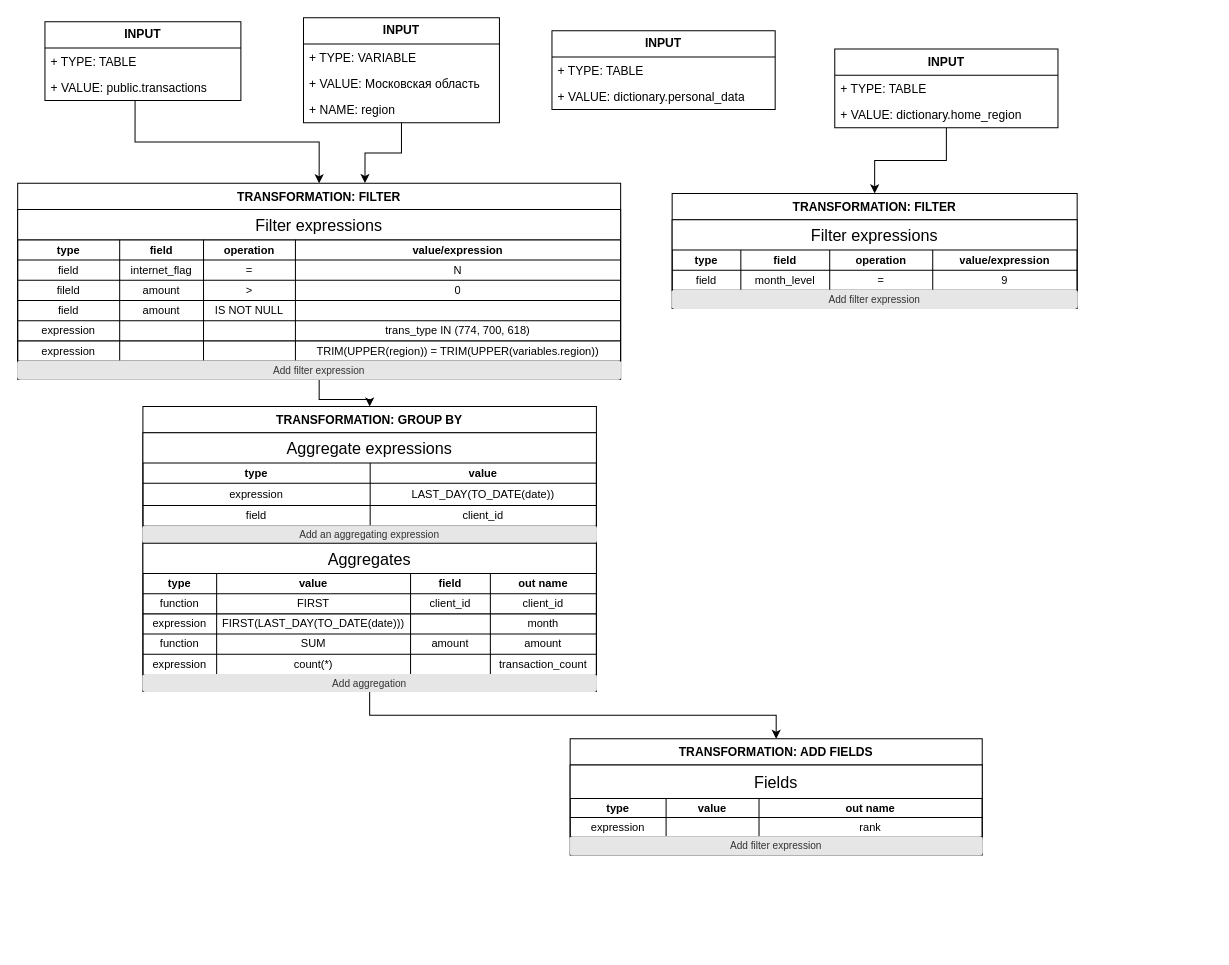
GreWolf/drawio keeps this draw.io diagram as Диаграмма без названия.drawio. Above is the earlier version. Source tidied: cells renumbered, new cells numbered last; positions are measured from the earlier drawing's top-left corner, leaving out a move shared by most shapes. Both pictures are drawn from the tidied source at 101%, with x=0, y=0 at pixel (17, 17).
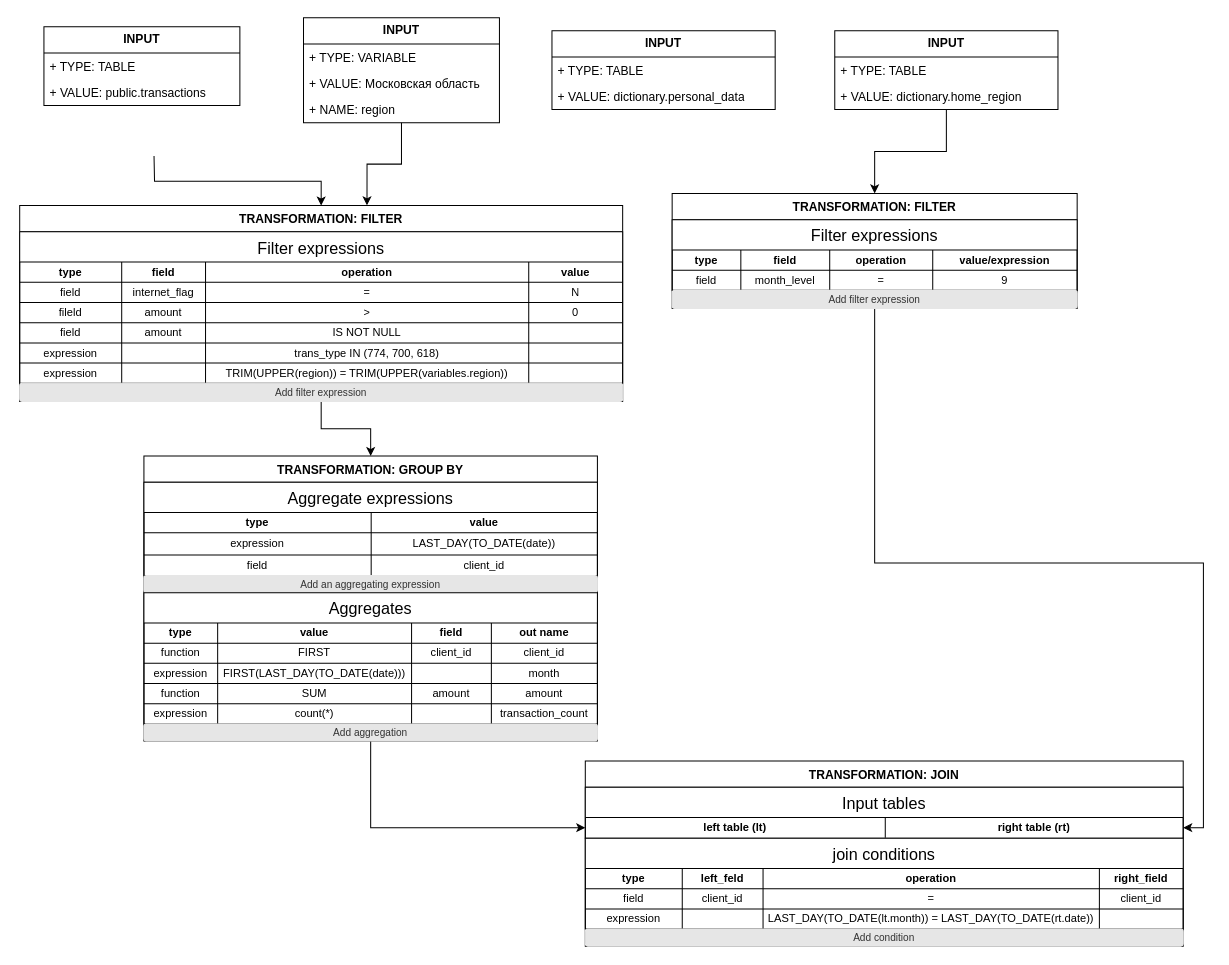
The same diagram, later.

The change refers to these unchanged cells:
```xml
<mxCell id="45" value="+ VALUE: public.transactions" style="text;strokeColor=none;fillColor=none;align=left;verticalAlign=top;spacingLeft=4;spacingRight=4;overflow=hidden;points=[[0,0.5],[1,0.5]];portConstraint=eastwest;whiteSpace=wrap;html=1;" parent="43" vertex="1">
  <mxGeometry y="52" width="194" height="26" as="geometry" />
</mxCell>
<mxCell id="49" style="shape=tableRow;horizontal=0;startSize=0;swimlaneHead=0;swimlaneBody=0;strokeColor=inherit;top=0;left=0;bottom=0;right=0;fillColor=none;fontSize=16;enumerate=0;comic=0;swimlaneFillColor=none;" parent="48" vertex="1">
  <mxGeometry y="30" width="597" height="20" as="geometry" />
</mxCell>
<mxCell id="54" style="shape=tableRow;horizontal=0;startSize=0;swimlaneHead=0;swimlaneBody=0;strokeColor=inherit;top=0;left=0;bottom=0;right=0;fillColor=none;fontSize=16;enumerate=0;comic=0;swimlaneFillColor=none;" parent="48" vertex="1">
  <mxGeometry y="50" width="597" height="20" as="geometry" />
</mxCell>
<mxCell id="59" style="shape=tableRow;horizontal=0;startSize=0;swimlaneHead=0;swimlaneBody=0;strokeColor=inherit;top=0;left=0;bottom=0;right=0;fillColor=none;fontSize=16;enumerate=0;comic=0;swimlaneFillColor=none;" parent="48" vertex="1">
  <mxGeometry y="70" width="597" height="20" as="geometry" />
</mxCell>
<mxCell id="64" style="shape=tableRow;horizontal=0;startSize=0;swimlaneHead=0;swimlaneBody=0;strokeColor=inherit;top=0;left=0;bottom=0;right=0;fillColor=none;fontSize=16;enumerate=0;comic=0;swimlaneFillColor=none;" parent="48" vertex="1">
  <mxGeometry y="90" width="597" height="20" as="geometry" />
</mxCell>
<mxCell id="69" style="shape=tableRow;horizontal=0;startSize=0;swimlaneHead=0;swimlaneBody=0;strokeColor=inherit;top=0;left=0;bottom=0;right=0;fillColor=none;fontSize=16;enumerate=0;comic=0;swimlaneFillColor=none;" parent="48" vertex="1">
  <mxGeometry y="110" width="597" height="20" as="geometry" />
</mxCell>
<mxCell id="74" style="shape=tableRow;horizontal=0;startSize=0;swimlaneHead=0;swimlaneBody=0;strokeColor=inherit;top=0;left=0;bottom=0;right=0;fillColor=none;fontSize=16;enumerate=0;comic=0;swimlaneFillColor=none;" parent="48" vertex="1">
  <mxGeometry y="130" width="597" height="20" as="geometry" />
</mxCell>
<mxCell id="103" value="&lt;div style=&quot;text-align: left;&quot;&gt;&lt;span style=&quot;background-color: initial;&quot;&gt;TRANSFORMATION: FILTER&lt;/span&gt;&lt;/div&gt;" style="swimlane;fontStyle=1;align=center;verticalAlign=top;horizontal=1;startSize=26;whiteSpace=wrap;html=1;flipV=0;flipH=1;" parent="1" vertex="1">
  <mxGeometry x="648" y="174" width="401" height="114" as="geometry" />
</mxCell>
```

What changed in the source:
```diff
@@
-    <mxCell id="2" style="edgeStyle=orthogonalEdgeStyle;rounded=0;jettySize=auto;html=1;exitX=0.46;exitY=1.022;exitDx=0;exitDy=0;entryX=0.5;entryY=0;entryDx=0;entryDy=0;exitPerimeter=0;" parent="1" edge="1" source="45" target="47">
-      <mxGeometry relative="1" as="geometry" />
+    <mxCell id="2" style="edgeStyle=orthogonalEdgeStyle;rounded=0;jettySize=auto;html=1;entryX=0.5;entryY=0;entryDx=0;entryDy=0;exitX=0.443;exitY=0.993;exitDx=0;exitDy=0;exitPerimeter=0;" parent="1" edge="1" target="47">
+      <mxGeometry relative="1" as="geometry">
+        <mxPoint x="135" y="137" as="sourcePoint" />
+      </mxGeometry>
     </mxCell>
-    <mxCell id="3" style="edgeStyle=orthogonalEdgeStyle;rounded=0;jettySize=auto;html=1;exitX=0.5;exitY=1;exitDx=0;exitDy=0;entryX=0.5;entryY=0;entryDx=0;entryDy=0;" parent="1" edge="1" source="4" target="80">
-      <mxGeometry relative="1" as="geometry" />
-    </mxCell>
+    <mxCell id="116" style="edgeStyle=orthogonalEdgeStyle;rounded=0;jettySize=auto;html=1;entryX=0;entryY=0.5;entryDx=0;entryDy=0;" parent="1" edge="1" source="4" target="120">
+      <mxGeometry relative="1" as="geometry" />
+    </mxCell>
     <mxCell id="4" value="TRANSFORMATION:&amp;nbsp;&lt;span style=&quot;text-align: left;&quot;&gt;GROUP BY&lt;/span&gt;" style="swimlane;fontStyle=1;align=center;verticalAlign=top;horizontal=1;startSize=26;whiteSpace=wrap;html=1;flipV=0;flipH=1;" parent="1" vertex="1">
-      <mxGeometry x="124" y="385" width="449" height="282.2" as="geometry" />
+      <mxGeometry x="125" y="434" width="449" height="282.2" as="geometry" />
     </mxCell>
@@
     <mxCell id="43" value="&lt;span style=&quot;font-weight: 700;&quot;&gt;INPUT&lt;/span&gt;" style="swimlane;fontStyle=0;horizontal=1;startSize=26;fillColor=none;whiteSpace=wrap;html=1;" parent="1" vertex="1">
-      <mxGeometry x="27" y="4" width="194" height="78" as="geometry" />
+      <mxGeometry x="26" y="9" width="194" height="78" as="geometry" />
     </mxCell>
@@
     <mxCell id="47" value="&lt;div style=&quot;text-align: left;&quot;&gt;&lt;span style=&quot;background-color: initial;&quot;&gt;TRANSFORMATION: FILTER&lt;/span&gt;&lt;/div&gt;" style="swimlane;fontStyle=1;align=center;verticalAlign=top;horizontal=1;startSize=26;whiteSpace=wrap;html=1;flipV=0;flipH=1;" parent="1" vertex="1">
-      <mxGeometry y="164" width="597" height="194" as="geometry" />
+      <mxGeometry x="2" y="186" width="597" height="194" as="geometry" />
     </mxCell>
@@
     <mxCell id="52" value="&lt;b&gt;operation&lt;/b&gt;" style="shape=partialRectangle;html=1;whiteSpace=wrap;strokeColor=inherit;overflow=hidden;fillColor=none;top=0;left=0;bottom=0;right=0;fontSize=11;enumerate=0;comic=0;swimlaneFillColor=none;" parent="49" vertex="1">
-      <mxGeometry x="184" width="91" height="20" as="geometry" />
+      <mxGeometry x="184" width="320" height="20" as="geometry" />
     </mxCell>
-    <mxCell id="53" value="&lt;span style=&quot;font-size: 11px;&quot;&gt;&lt;b&gt;value/expression&lt;/b&gt;&lt;/span&gt;" style="shape=partialRectangle;html=1;whiteSpace=wrap;strokeColor=inherit;overflow=hidden;fillColor=none;top=0;left=0;bottom=0;right=0;fontSize=11;enumerate=0;comic=0;swimlaneFillColor=none;" parent="49" vertex="1">
-      <mxGeometry x="275" width="322" height="20" as="geometry" />
+    <mxCell id="53" value="&lt;span style=&quot;font-size: 11px;&quot;&gt;&lt;b&gt;value&lt;/b&gt;&lt;/span&gt;" style="shape=partialRectangle;html=1;whiteSpace=wrap;strokeColor=inherit;overflow=hidden;fillColor=none;top=0;left=0;bottom=0;right=0;fontSize=11;enumerate=0;comic=0;swimlaneFillColor=none;" parent="49" vertex="1">
+      <mxGeometry x="504" width="93" height="20" as="geometry" />
     </mxCell>
@@
     <mxCell id="57" value="=" style="shape=partialRectangle;html=1;whiteSpace=wrap;strokeColor=inherit;overflow=hidden;fillColor=none;top=0;left=0;bottom=0;right=0;fontSize=11;enumerate=0;comic=0;swimlaneFillColor=none;" parent="54" vertex="1">
-      <mxGeometry x="184" width="91" height="20" as="geometry" />
+      <mxGeometry x="184" width="320" height="20" as="geometry" />
     </mxCell>
     <mxCell id="58" value="&lt;span style=&quot;font-size: 11px;&quot;&gt;N&lt;/span&gt;" style="shape=partialRectangle;html=1;whiteSpace=wrap;strokeColor=inherit;overflow=hidden;fillColor=none;top=0;left=0;bottom=0;right=0;fontSize=11;enumerate=0;comic=0;swimlaneFillColor=none;" parent="54" vertex="1">
-      <mxGeometry x="275" width="322" height="20" as="geometry" />
+      <mxGeometry x="504" width="93" height="20" as="geometry" />
     </mxCell>
@@
     <mxCell id="62" value="&amp;gt;" style="shape=partialRectangle;html=1;whiteSpace=wrap;strokeColor=inherit;overflow=hidden;fillColor=none;top=0;left=0;bottom=0;right=0;fontSize=11;enumerate=0;comic=0;swimlaneFillColor=none;" parent="59" vertex="1">
-      <mxGeometry x="184" width="91" height="20" as="geometry" />
+      <mxGeometry x="184" width="320" height="20" as="geometry" />
     </mxCell>
     <mxCell id="63" value="0" style="shape=partialRectangle;html=1;whiteSpace=wrap;strokeColor=inherit;overflow=hidden;fillColor=none;top=0;left=0;bottom=0;right=0;fontSize=11;enumerate=0;comic=0;swimlaneFillColor=none;" parent="59" vertex="1">
-      <mxGeometry x="275" width="322" height="20" as="geometry" />
+      <mxGeometry x="504" width="93" height="20" as="geometry" />
     </mxCell>
@@
     <mxCell id="67" value="IS NOT NULL" style="shape=partialRectangle;html=1;whiteSpace=wrap;strokeColor=inherit;overflow=hidden;fillColor=none;top=0;left=0;bottom=0;right=0;fontSize=11;enumerate=0;comic=0;swimlaneFillColor=none;" parent="64" vertex="1">
-      <mxGeometry x="184" width="91" height="20" as="geometry" />
+      <mxGeometry x="184" width="320" height="20" as="geometry" />
     </mxCell>
     <mxCell id="68" style="shape=partialRectangle;html=1;whiteSpace=wrap;strokeColor=inherit;overflow=hidden;fillColor=none;top=0;left=0;bottom=0;right=0;fontSize=11;enumerate=0;comic=0;swimlaneFillColor=none;" parent="64" vertex="1">
-      <mxGeometry x="275" width="322" height="20" as="geometry" />
+      <mxGeometry x="504" width="93" height="20" as="geometry" />
     </mxCell>
@@
-    <mxCell id="72" style="shape=partialRectangle;html=1;whiteSpace=wrap;strokeColor=inherit;overflow=hidden;fillColor=none;top=0;left=0;bottom=0;right=0;fontSize=11;enumerate=0;comic=0;swimlaneFillColor=none;" parent="69" vertex="1">
-      <mxGeometry x="184" width="91" height="20" as="geometry" />
+    <mxCell id="72" value="trans_type IN (774, 700, 618)" style="shape=partialRectangle;html=1;whiteSpace=wrap;strokeColor=inherit;overflow=hidden;fillColor=none;top=0;left=0;bottom=0;right=0;fontSize=11;enumerate=0;comic=0;swimlaneFillColor=none;" parent="69" vertex="1">
+      <mxGeometry x="184" width="320" height="20" as="geometry" />
     </mxCell>
-    <mxCell id="73" value="trans_type IN (774, 700, 618)" style="shape=partialRectangle;html=1;whiteSpace=wrap;strokeColor=inherit;overflow=hidden;fillColor=none;top=0;left=0;bottom=0;right=0;fontSize=11;enumerate=0;comic=0;swimlaneFillColor=none;" parent="69" vertex="1">
-      <mxGeometry x="275" width="322" height="20" as="geometry" />
+    <mxCell id="73" style="shape=partialRectangle;html=1;whiteSpace=wrap;strokeColor=inherit;overflow=hidden;fillColor=none;top=0;left=0;bottom=0;right=0;fontSize=11;enumerate=0;comic=0;swimlaneFillColor=none;" parent="69" vertex="1">
+      <mxGeometry x="504" width="93" height="20" as="geometry" />
     </mxCell>
@@
-    <mxCell id="77" style="shape=partialRectangle;html=1;whiteSpace=wrap;strokeColor=inherit;overflow=hidden;fillColor=none;top=0;left=0;bottom=0;right=0;fontSize=11;enumerate=0;comic=0;swimlaneFillColor=none;" parent="74" vertex="1">
-      <mxGeometry x="184" width="91" height="20" as="geometry" />
+    <mxCell id="77" value="TRIM(UPPER(region)) = TRIM(UPPER(variables.region))" style="shape=partialRectangle;html=1;whiteSpace=wrap;strokeColor=inherit;overflow=hidden;fillColor=none;top=0;left=0;bottom=0;right=0;fontSize=11;enumerate=0;comic=0;swimlaneFillColor=none;" parent="74" vertex="1">
+      <mxGeometry x="184" width="320" height="20" as="geometry" />
     </mxCell>
-    <mxCell id="78" value="TRIM(UPPER(region)) = TRIM(UPPER(variables.region))" style="shape=partialRectangle;html=1;whiteSpace=wrap;strokeColor=inherit;overflow=hidden;fillColor=none;top=0;left=0;bottom=0;right=0;fontSize=11;enumerate=0;comic=0;swimlaneFillColor=none;" parent="74" vertex="1">
-      <mxGeometry x="275" width="322" height="20" as="geometry" />
+    <mxCell id="78" style="shape=partialRectangle;html=1;whiteSpace=wrap;strokeColor=inherit;overflow=hidden;fillColor=none;top=0;left=0;bottom=0;right=0;fontSize=11;enumerate=0;comic=0;swimlaneFillColor=none;" parent="74" vertex="1">
+      <mxGeometry x="504" width="93" height="20" as="geometry" />
     </mxCell>
@@
-    <mxCell id="80" value="&lt;div style=&quot;text-align: left;&quot;&gt;&lt;span style=&quot;background-color: initial;&quot;&gt;TRANSFORMATION: ADD FIELDS&lt;/span&gt;&lt;/div&gt;" style="swimlane;fontStyle=1;align=center;verticalAlign=top;horizontal=1;startSize=26;whiteSpace=wrap;html=1;flipV=0;flipH=1;" parent="1" vertex="1">
-      <mxGeometry x="547" y="714" width="408" height="115" as="geometry" />
-    </mxCell>
-    <mxCell id="81" value="Fields" style="shape=table;startSize=33;childLayout=tableLayout;strokeColor=default;fontSize=16;enumerate=0;comic=0;swimlaneFillColor=none;" parent="80" vertex="1">
-      <mxGeometry y="26" width="408" height="71" as="geometry" />
-    </mxCell>
-    <mxCell id="82" style="shape=tableRow;horizontal=0;startSize=0;swimlaneHead=0;swimlaneBody=0;strokeColor=inherit;top=0;left=0;bottom=0;right=0;fillColor=none;fontSize=16;enumerate=0;comic=0;swimlaneFillColor=none;" parent="81" vertex="1">
-      <mxGeometry y="33" width="408" height="19" as="geometry" />
-    </mxCell>
-    <mxCell id="83" value="&lt;span style=&quot;font-weight: 700; font-size: 11px;&quot;&gt;type&lt;/span&gt;" style="shape=partialRectangle;html=1;whiteSpace=wrap;strokeColor=inherit;overflow=hidden;fillColor=none;top=0;left=0;bottom=0;right=0;fontSize=11;enumerate=0;comic=0;swimlaneFillColor=none;" parent="82" vertex="1">
-      <mxGeometry width="95" height="19" as="geometry" />
-    </mxCell>
-    <mxCell id="84" value="&lt;b&gt;value&lt;/b&gt;" style="shape=partialRectangle;html=1;whiteSpace=wrap;strokeColor=inherit;overflow=hidden;fillColor=none;top=0;left=0;bottom=0;right=0;fontSize=11;enumerate=0;comic=0;swimlaneFillColor=none;" parent="82" vertex="1">
-      <mxGeometry x="95" width="92" height="19" as="geometry" />
-    </mxCell>
-    <mxCell id="85" value="&lt;span style=&quot;font-size: 11px;&quot;&gt;&lt;b&gt;out name&lt;/b&gt;&lt;/span&gt;" style="shape=partialRectangle;html=1;whiteSpace=wrap;strokeColor=inherit;overflow=hidden;fillColor=none;top=0;left=0;bottom=0;right=0;fontSize=11;enumerate=0;comic=0;swimlaneFillColor=none;" parent="82" vertex="1">
-      <mxGeometry x="187" width="221" height="19" as="geometry" />
-    </mxCell>
-    <mxCell id="86" style="shape=tableRow;horizontal=0;startSize=0;swimlaneHead=0;swimlaneBody=0;strokeColor=inherit;top=0;left=0;bottom=0;right=0;fillColor=none;fontSize=16;enumerate=0;comic=0;swimlaneFillColor=none;" parent="81" vertex="1">
-      <mxGeometry y="52" width="408" height="19" as="geometry" />
-    </mxCell>
-    <mxCell id="87" value="&lt;span style=&quot;font-size: 11px;&quot;&gt;expression&lt;/span&gt;" style="shape=partialRectangle;html=1;whiteSpace=wrap;strokeColor=inherit;overflow=hidden;fillColor=none;top=0;left=0;bottom=0;right=0;fontSize=11;enumerate=0;comic=0;swimlaneFillColor=none;" parent="86" vertex="1">
-      <mxGeometry width="95" height="19" as="geometry" />
-    </mxCell>
-    <mxCell id="88" style="shape=partialRectangle;html=1;whiteSpace=wrap;strokeColor=inherit;overflow=hidden;fillColor=none;top=0;left=0;bottom=0;right=0;fontSize=11;enumerate=0;comic=0;swimlaneFillColor=none;" parent="86" vertex="1">
-      <mxGeometry x="95" width="92" height="19" as="geometry" />
-    </mxCell>
-    <mxCell id="89" value="rank" style="shape=partialRectangle;html=1;whiteSpace=wrap;strokeColor=inherit;overflow=hidden;fillColor=none;top=0;left=0;bottom=0;right=0;fontSize=11;enumerate=0;comic=0;swimlaneFillColor=none;" parent="86" vertex="1">
-      <mxGeometry x="187" width="221" height="19" as="geometry" />
-    </mxCell>
-    <mxCell id="90" value="&lt;span style=&quot;white-space-collapse: preserve;&quot; class=&quot;EzKURWReUAB5oZgtQNkl&quot;&gt;Add&lt;/span&gt;&lt;span style=&quot;white-space-collapse: preserve;&quot;&gt; filter expression&lt;/span&gt;" style="rounded=1;html=1;shadow=0;dashed=0;whiteSpace=wrap;fontSize=10;fillColor=#E6E6E6;align=center;strokeColor=#E6E6E6;fontColor=#333333;flipH=0;flipV=0;" parent="80" vertex="1">
-      <mxGeometry y="97" width="408" height="18" as="geometry" />
-    </mxCell>
@@
     <mxCell id="100" value="&lt;span style=&quot;font-weight: 700;&quot;&gt;INPUT&lt;/span&gt;" style="swimlane;fontStyle=0;horizontal=1;startSize=26;fillColor=none;whiteSpace=wrap;html=1;" parent="1" vertex="1">
-      <mxGeometry x="809" y="31" width="221" height="78" as="geometry" />
+      <mxGeometry x="809" y="13" width="221" height="78" as="geometry" />
     </mxCell>
@@
+    <mxCell id="117" style="edgeStyle=orthogonalEdgeStyle;rounded=0;jettySize=auto;html=1;exitX=0.5;exitY=1;exitDx=0;exitDy=0;entryX=1;entryY=0.5;entryDx=0;entryDy=0;" parent="1" edge="1" source="103" target="120">
+      <mxGeometry relative="1" as="geometry" />
+    </mxCell>
@@
+    <mxCell id="118" value="&lt;div style=&quot;text-align: left;&quot;&gt;&lt;span style=&quot;background-color: initial;&quot;&gt;TRANSFORMATION: JOIN&lt;/span&gt;&lt;/div&gt;" style="swimlane;fontStyle=1;align=center;verticalAlign=top;horizontal=1;startSize=26;whiteSpace=wrap;html=1;flipV=0;flipH=1;" parent="1" vertex="1">
+      <mxGeometry x="562" y="736" width="592" height="183.3" as="geometry" />
+    </mxCell>
+    <mxCell id="119" value="Input tables" style="shape=table;startSize=30;childLayout=tableLayout;strokeColor=default;fontSize=16;" parent="118" vertex="1">
+      <mxGeometry y="26" width="592" height="50.4" as="geometry" />
+    </mxCell>
+    <mxCell id="120" style="shape=tableRow;horizontal=0;startSize=0;swimlaneHead=0;swimlaneBody=0;strokeColor=inherit;top=0;left=0;bottom=0;right=0;fillColor=none;points=[[0,0.5],[1,0.5]];portConstraint=eastwest;fontSize=16;" parent="119" vertex="1">
+      <mxGeometry y="30" width="592" height="20" as="geometry" />
+    </mxCell>
+    <mxCell id="121" value="&lt;span style=&quot;font-weight: 700; font-size: 11px;&quot;&gt;left table (lt)&lt;/span&gt;" style="shape=partialRectangle;html=1;whiteSpace=wrap;strokeColor=inherit;overflow=hidden;fillColor=none;top=0;left=0;bottom=0;right=0;fontSize=11;" parent="120" vertex="1">
+      <mxGeometry width="297" height="20" as="geometry" />
+    </mxCell>
+    <mxCell id="122" value="&lt;span style=&quot;font-weight: 700; font-size: 11px;&quot;&gt;right table (rt)&lt;/span&gt;" style="shape=partialRectangle;html=1;whiteSpace=wrap;strokeColor=inherit;overflow=hidden;fillColor=none;top=0;left=0;bottom=0;right=0;fontSize=11;" parent="120" vertex="1">
+      <mxGeometry x="297" width="295" height="20" as="geometry" />
+    </mxCell>
+    <mxCell id="123" value="join conditions" style="shape=table;startSize=30;childLayout=tableLayout;strokeColor=default;fontSize=16;" parent="118" vertex="1">
+      <mxGeometry y="76.4" width="592" height="90" as="geometry" />
+    </mxCell>
+    <mxCell id="124" style="shape=tableRow;horizontal=0;startSize=0;swimlaneHead=0;swimlaneBody=0;strokeColor=inherit;top=0;left=0;bottom=0;right=0;fillColor=none;fontSize=16;" parent="123" vertex="1">
+      <mxGeometry y="30" width="592" height="20" as="geometry" />
+    </mxCell>
+    <mxCell id="83" value="&lt;span style=&quot;font-weight: 700; font-size: 11px;&quot;&gt;type&lt;/span&gt;" style="shape=partialRectangle;html=1;whiteSpace=wrap;strokeColor=inherit;overflow=hidden;fillColor=none;top=0;left=0;bottom=0;right=0;fontSize=11;" parent="124" vertex="1">
+      <mxGeometry width="96" height="20" as="geometry" />
+    </mxCell>
+    <mxCell id="125" value="&lt;b&gt;left_feld&lt;/b&gt;" style="shape=partialRectangle;html=1;whiteSpace=wrap;strokeColor=inherit;overflow=hidden;fillColor=none;top=0;left=0;bottom=0;right=0;fontSize=11;fontStyle=1;" parent="124" vertex="1">
+      <mxGeometry x="96" width="80" height="20" as="geometry" />
+    </mxCell>
+    <mxCell id="126" value="&lt;b&gt;operation&lt;/b&gt;" style="shape=partialRectangle;html=1;whiteSpace=wrap;strokeColor=inherit;overflow=hidden;fillColor=none;top=0;left=0;bottom=0;right=0;fontSize=11;fontStyle=1;" parent="124" vertex="1">
+      <mxGeometry x="176" width="333" height="20" as="geometry" />
+    </mxCell>
+    <mxCell id="127" value="right_field" style="shape=partialRectangle;html=1;whiteSpace=wrap;strokeColor=inherit;overflow=hidden;fillColor=none;top=0;left=0;bottom=0;right=0;fontSize=11;fontStyle=1;" parent="124" vertex="1">
+      <mxGeometry x="509" width="83" height="20" as="geometry" />
+    </mxCell>
+    <mxCell id="128" style="shape=tableRow;horizontal=0;startSize=0;swimlaneHead=0;swimlaneBody=0;strokeColor=inherit;top=0;left=0;bottom=0;right=0;fillColor=none;fontSize=16;" parent="123" vertex="1">
+      <mxGeometry y="50" width="592" height="20" as="geometry" />
+    </mxCell>
+    <mxCell id="129" value="field" style="shape=partialRectangle;html=1;whiteSpace=wrap;strokeColor=inherit;overflow=hidden;fillColor=none;top=0;left=0;bottom=0;right=0;fontSize=11;" parent="128" vertex="1">
+      <mxGeometry width="96" height="20" as="geometry" />
+    </mxCell>
+    <mxCell id="130" value="client_id" style="shape=partialRectangle;html=1;whiteSpace=wrap;strokeColor=inherit;overflow=hidden;fillColor=none;top=0;left=0;bottom=0;right=0;fontSize=11;" parent="128" vertex="1">
+      <mxGeometry x="96" width="80" height="20" as="geometry" />
+    </mxCell>
+    <mxCell id="131" value="=" style="shape=partialRectangle;html=1;whiteSpace=wrap;strokeColor=inherit;overflow=hidden;fillColor=none;top=0;left=0;bottom=0;right=0;fontSize=11;" parent="128" vertex="1">
+      <mxGeometry x="176" width="333" height="20" as="geometry" />
+    </mxCell>
+    <mxCell id="132" value="client_id" style="shape=partialRectangle;html=1;whiteSpace=wrap;strokeColor=inherit;overflow=hidden;fillColor=none;top=0;left=0;bottom=0;right=0;fontSize=11;" parent="128" vertex="1">
+      <mxGeometry x="509" width="83" height="20" as="geometry" />
+    </mxCell>
+    <mxCell id="133" style="shape=tableRow;horizontal=0;startSize=0;swimlaneHead=0;swimlaneBody=0;strokeColor=inherit;top=0;left=0;bottom=0;right=0;fillColor=none;fontSize=16;" parent="123" vertex="1">
+      <mxGeometry y="70" width="592" height="20" as="geometry" />
+    </mxCell>
+    <mxCell id="87" value="expression" style="shape=partialRectangle;html=1;whiteSpace=wrap;strokeColor=inherit;overflow=hidden;fillColor=none;top=0;left=0;bottom=0;right=0;fontSize=11;" parent="133" vertex="1">
+      <mxGeometry width="96" height="20" as="geometry" />
+    </mxCell>
+    <mxCell id="134" style="shape=partialRectangle;html=1;whiteSpace=wrap;strokeColor=inherit;overflow=hidden;fillColor=none;top=0;left=0;bottom=0;right=0;fontSize=11;" parent="133" vertex="1">
+      <mxGeometry x="96" width="80" height="20" as="geometry" />
+    </mxCell>
+    <mxCell id="135" value="LAST_DAY(TO_DATE(lt.&lt;span style=&quot;white-space-collapse: preserve;&quot;&gt;month&lt;/span&gt;)) = LAST_DAY(TO_DATE(rt.date))" style="shape=partialRectangle;html=1;whiteSpace=wrap;strokeColor=inherit;overflow=hidden;fillColor=none;top=0;left=0;bottom=0;right=0;fontSize=11;" parent="133" vertex="1">
+      <mxGeometry x="176" width="333" height="20" as="geometry" />
+    </mxCell>
+    <mxCell id="136" style="shape=partialRectangle;html=1;whiteSpace=wrap;strokeColor=inherit;overflow=hidden;fillColor=none;top=0;left=0;bottom=0;right=0;fontSize=11;" parent="133" vertex="1">
+      <mxGeometry x="509" width="83" height="20" as="geometry" />
+    </mxCell>
+    <mxCell id="137" value="&lt;span style=&quot;white-space-collapse: preserve;&quot; class=&quot;EzKURWReUAB5oZgtQNkl&quot;&gt;Add&lt;/span&gt;&lt;span style=&quot;white-space-collapse: preserve;&quot;&gt; condition&lt;/span&gt;" style="rounded=1;html=1;shadow=0;dashed=0;whiteSpace=wrap;fontSize=10;fillColor=#E6E6E6;align=center;strokeColor=#E6E6E6;fontColor=#333333;" parent="118" vertex="1">
+      <mxGeometry y="166.4" width="592" height="16.9" as="geometry" />
+    </mxCell>
```
